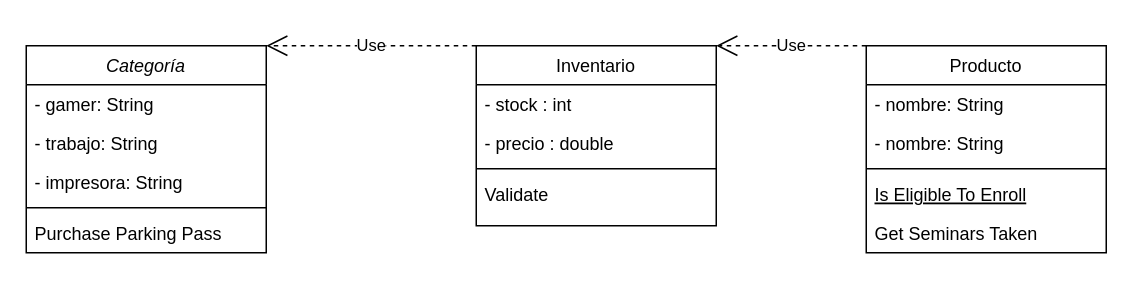
The draw.io diagram Diagrama sin título.drawio in D-Lopz/Ejercicio_clase_9, before the edit. Source tidied: cells renumbered, new cells numbered last; positions are measured from the earlier drawing's top-left corner, leaving out a move shared by most shapes. Both pictures are drawn from the tidied source at 150%, with x=0, y=0 at pixel (26, 45).
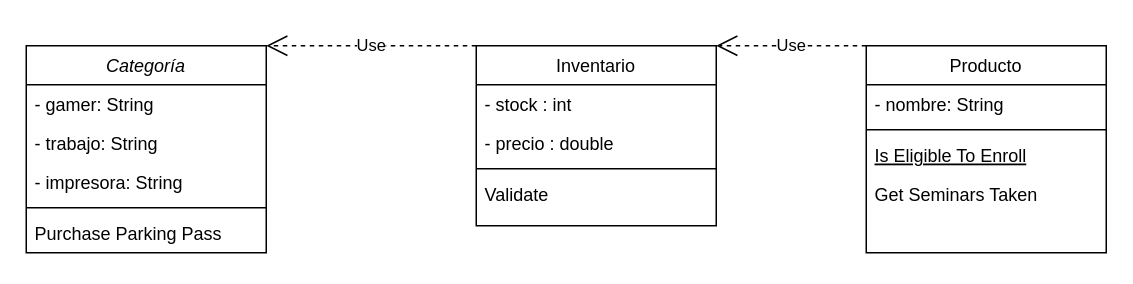
Above is the later version.

Unchanged cells that the change refers to:
```xml
<mxCell id="8" value="Producto" style="swimlane;fontStyle=0;align=center;verticalAlign=top;horizontal=1;startSize=26;rounded=0;shadow=0;strokeWidth=1;" parent="1" vertex="1">
  <mxGeometry x="560" width="160" height="138" as="geometry" />
</mxCell>
```

Change to the diagram source:
```diff
@@
-    <mxCell id="10" value="- nombre: String" style="text;strokeColor=none;fillColor=none;align=left;verticalAlign=top;spacingLeft=4;spacingRight=4;overflow=hidden;whiteSpace=wrap;html=1;" parent="8" vertex="1">
-      <mxGeometry y="52" width="160" height="26" as="geometry" />
-    </mxCell>
     <mxCell id="11" style="line;html=1;strokeWidth=1;align=left;verticalAlign=middle;spacingTop=-1;spacingLeft=3;spacingRight=3;labelPosition=right;" parent="8" vertex="1">
-      <mxGeometry y="78" width="160" height="8" as="geometry" />
+      <mxGeometry y="52" width="160" height="8" as="geometry" />
     </mxCell>
     <mxCell id="12" value="Is Eligible To Enroll" style="text;align=left;verticalAlign=top;spacingLeft=4;spacingRight=4;overflow=hidden;fontStyle=4;" parent="8" vertex="1">
-      <mxGeometry y="86" width="160" height="26" as="geometry" />
+      <mxGeometry y="60" width="160" height="26" as="geometry" />
     </mxCell>
     <mxCell id="13" value="Get Seminars Taken" style="text;align=left;verticalAlign=top;spacingLeft=4;spacingRight=4;overflow=hidden;" parent="8" vertex="1">
-      <mxGeometry y="112" width="160" height="26" as="geometry" />
+      <mxGeometry y="86" width="160" height="26" as="geometry" />
     </mxCell>
```
